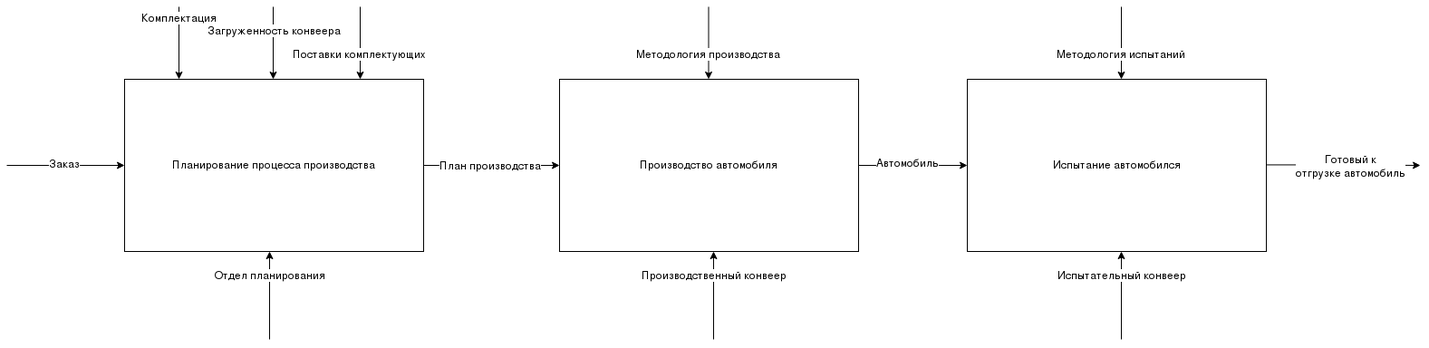
This is diagrams/idef0_1.png from akhoroshev/se-architecture-course, a draw.io export, as it was before one commit. Source tidied: cells renumbered, new cells last; positions are measured from the earlier drawing's top-left corner, leaving out a move shared by most shapes.
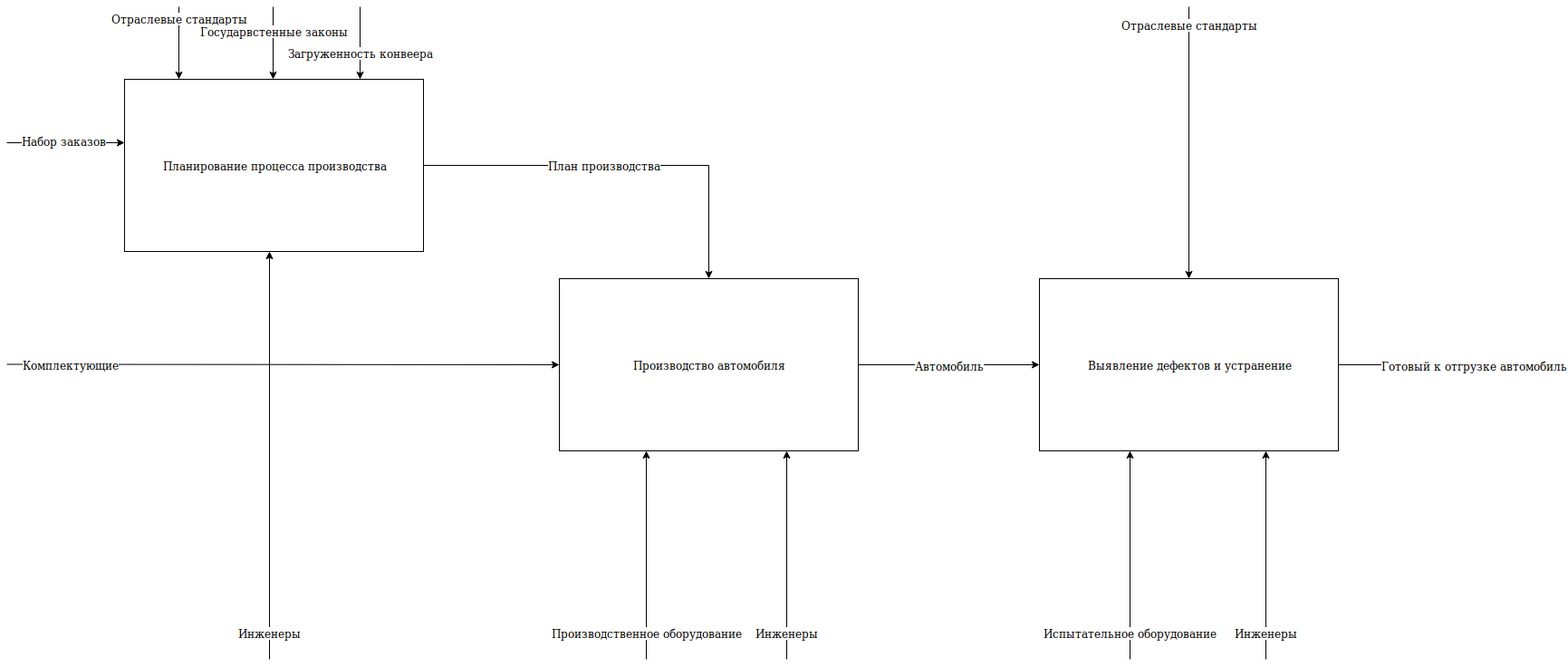
After the change.

Diff of the diagram source:
```diff
@@ -2,9 +2,6 @@
   <root>
     <mxCell id="0" />
     <mxCell id="1" parent="0" />
-    <mxCell id="2" value="Испытание автомобился" style="rounded=0;whiteSpace=wrap;html=1;" parent="1" vertex="1">
-      <mxGeometry x="1060" y="80" width="330" height="190" as="geometry" />
-    </mxCell>
     <mxCell id="3" style="edgeStyle=orthogonalEdgeStyle;rounded=0;jettySize=auto;html=1;" parent="1" edge="1" source="5" target="8">
       <mxGeometry relative="1" as="geometry" />
     </mxCell>
@@ -16,43 +13,35 @@
     <mxCell id="5" value="Планирование процесса производства" style="rounded=0;whiteSpace=wrap;html=1;" parent="1" vertex="1">
       <mxGeometry x="130" y="80" width="330" height="190" as="geometry" />
     </mxCell>
-    <mxCell id="6" style="edgeStyle=orthogonalEdgeStyle;rounded=0;jettySize=auto;html=1;" parent="1" edge="1" source="8" target="2">
-      <mxGeometry relative="1" as="geometry" />
-    </mxCell>
+    <mxCell id="29" style="edgeStyle=orthogonalEdgeStyle;rounded=0;jettySize=auto;html=1;exitX=1;exitY=0.5;exitDx=0;exitDy=0;" parent="1" edge="1" source="8" target="37">
+      <mxGeometry relative="1" as="geometry" />
+    </mxCell>
-    <mxCell id="7" value="Автомобиль" style="text;html=1;align=center;verticalAlign=middle;labelBackgroundColor=#ffffff;" parent="6" vertex="1">
-      <mxGeometry x="-0.35" y="4" relative="1" as="geometry">
-        <mxPoint x="15" as="offset" />
+    <mxCell id="7" value="Автомобиль" style="text;html=1;align=center;verticalAlign=middle;labelBackgroundColor=#ffffff;" parent="29" vertex="1">
+      <mxGeometry x="0.2" y="-1" relative="1" as="geometry">
+        <mxPoint x="-20" y="-1" as="offset" />
       </mxGeometry>
     </mxCell>
     <mxCell id="8" value="Производство автомобиля" style="rounded=0;whiteSpace=wrap;html=1;" parent="1" vertex="1">
-      <mxGeometry x="610" y="80" width="330" height="190" as="geometry" />
+      <mxGeometry x="610" y="300" width="330" height="190" as="geometry" />
     </mxCell>
-    <mxCell id="9" style="edgeStyle=orthogonalEdgeStyle;rounded=0;jettySize=auto;html=1;exitX=1;exitY=0.5;exitDx=0;exitDy=0;" parent="1" edge="1" source="2">
-      <mxGeometry relative="1" as="geometry">
-        <mxPoint x="1560" y="175" as="targetPoint" />
-      </mxGeometry>
-    </mxCell>
-    <mxCell id="10" value="&lt;div&gt;Готовый к &lt;br&gt;&lt;/div&gt;&lt;div&gt;отгрузке автомобиль&lt;/div&gt;" style="text;html=1;align=center;verticalAlign=middle;labelBackgroundColor=#ffffff;" parent="9" vertex="1">
-      <mxGeometry x="-0.18" y="-1" relative="1" as="geometry">
-        <mxPoint x="24" y="-1" as="offset" />
-      </mxGeometry>
-    </mxCell>
     <mxCell id="11" style="endArrow=classic;html=1;entryX=0.182;entryY=1.016;entryDx=0;entryDy=0;entryPerimeter=0;" parent="1" edge="1">
       <mxGeometry relative="1" as="geometry">
-        <mxPoint x="290" y="367" as="sourcePoint" />
+        <mxPoint x="290" y="720" as="sourcePoint" />
         <mxPoint x="290" y="270" as="targetPoint" />
       </mxGeometry>
     </mxCell>
-    <mxCell id="12" value="Отдел планирования" style="text;html=1;align=center;verticalAlign=middle;labelBackgroundColor=#ffffff;" parent="11" vertex="1">
-      <mxGeometry x="0.48" relative="1" as="geometry" />
+    <mxCell id="12" value="Инженеры" style="text;html=1;align=center;verticalAlign=middle;labelBackgroundColor=#ffffff;" parent="11" vertex="1">
+      <mxGeometry x="0.48" relative="1" as="geometry">
+        <mxPoint y="304" as="offset" />
+      </mxGeometry>
     </mxCell>
     <mxCell id="13" style="endArrow=classic;html=1;entryX=0;entryY=0.579;entryDx=0;entryDy=0;entryPerimeter=0;" parent="1" edge="1">
       <mxGeometry relative="1" as="geometry">
-        <mxPoint y="175" as="sourcePoint" />
-        <mxPoint x="130" y="175" as="targetPoint" />
+        <mxPoint y="150" as="sourcePoint" />
+        <mxPoint x="130" y="150" as="targetPoint" />
       </mxGeometry>
     </mxCell>
-    <mxCell id="14" value="Заказ" style="text;html=1;align=center;verticalAlign=middle;labelBackgroundColor=#ffffff;" parent="13" vertex="1">
+    <mxCell id="14" value="Набор заказов" style="text;html=1;align=center;verticalAlign=middle;labelBackgroundColor=#ffffff;" parent="13" vertex="1">
       <mxGeometry x="0.4" y="3" relative="1" as="geometry">
         <mxPoint x="-28" as="offset" />
       </mxGeometry>
@@ -63,7 +52,7 @@
         <mxPoint x="190" y="80" as="targetPoint" />
       </mxGeometry>
     </mxCell>
-    <mxCell id="16" value="Комплектация" style="text;html=1;align=center;verticalAlign=middle;labelBackgroundColor=#ffffff;" parent="15" vertex="1">
+    <mxCell id="16" value="Отраслевые стандарты" style="text;html=1;align=center;verticalAlign=middle;labelBackgroundColor=#ffffff;" parent="15" vertex="1">
       <mxGeometry x="-0.7" relative="1" as="geometry" />
     </mxCell>
     <mxCell id="17" style="endArrow=classic;html=1;" parent="1" edge="1">
@@ -72,53 +61,96 @@
         <mxPoint x="294" y="80" as="targetPoint" />
       </mxGeometry>
     </mxCell>
-    <mxCell id="18" value="Загруженность конвеера" style="text;html=1;align=center;verticalAlign=middle;labelBackgroundColor=#ffffff;" parent="17" vertex="1">
+    <mxCell id="18" value="Государвстенные законы" style="text;html=1;align=center;verticalAlign=middle;labelBackgroundColor=#ffffff;" parent="17" vertex="1">
       <mxGeometry x="-0.35" y="1" relative="1" as="geometry" />
     </mxCell>
-    <mxCell id="19" style="endArrow=classic;html=1;" parent="1" edge="1">
-      <mxGeometry relative="1" as="geometry">
-        <mxPoint x="390" as="sourcePoint" />
-        <mxPoint x="390" y="80" as="targetPoint" />
-      </mxGeometry>
-    </mxCell>
-    <mxCell id="20" value="Поставки комплектующих" style="text;html=1;align=center;verticalAlign=middle;labelBackgroundColor=#ffffff;" parent="19" vertex="1">
-      <mxGeometry x="0.3" y="-1" relative="1" as="geometry" />
-    </mxCell>
     <mxCell id="21" style="endArrow=classic;html=1;entryX=0.182;entryY=1.016;entryDx=0;entryDy=0;entryPerimeter=0;" parent="1" edge="1">
       <mxGeometry relative="1" as="geometry">
-        <mxPoint x="780" y="367" as="sourcePoint" />
-        <mxPoint x="780" y="270" as="targetPoint" />
+        <mxPoint x="706" y="720" as="sourcePoint" />
+        <mxPoint x="706" y="490" as="targetPoint" />
       </mxGeometry>
     </mxCell>
-    <mxCell id="22" value="Производственный конвеер" style="text;html=1;align=center;verticalAlign=middle;labelBackgroundColor=#ffffff;" parent="21" vertex="1">
-      <mxGeometry x="0.48" relative="1" as="geometry" />
+    <mxCell id="22" value="Производственное оборудование" style="text;html=1;align=center;verticalAlign=middle;labelBackgroundColor=#ffffff;" parent="21" vertex="1">
+      <mxGeometry x="0.48" relative="1" as="geometry">
+        <mxPoint y="141" as="offset" />
+      </mxGeometry>
     </mxCell>
-    <mxCell id="23" style="endArrow=classic;html=1;entryX=0.182;entryY=1.016;entryDx=0;entryDy=0;entryPerimeter=0;" parent="1" edge="1">
-      <mxGeometry relative="1" as="geometry">
-        <mxPoint x="1230" y="367" as="sourcePoint" />
-        <mxPoint x="1230" y="270" as="targetPoint" />
-      </mxGeometry>
-    </mxCell>
-    <mxCell id="24" value="Испытательный конвеер" style="text;html=1;align=center;verticalAlign=middle;labelBackgroundColor=#ffffff;" parent="23" vertex="1">
-      <mxGeometry x="0.48" relative="1" as="geometry" />
-    </mxCell>
-    <mxCell id="25" style="endArrow=classic;html=1;" parent="1" edge="1">
-      <mxGeometry relative="1" as="geometry">
-        <mxPoint x="774.5" as="sourcePoint" />
-        <mxPoint x="774.5" y="80" as="targetPoint" />
-      </mxGeometry>
-    </mxCell>
-    <mxCell id="26" value="Методология производства" style="text;html=1;align=center;verticalAlign=middle;labelBackgroundColor=#ffffff;" parent="25" vertex="1">
-      <mxGeometry x="0.3" y="-1" relative="1" as="geometry" />
-    </mxCell>
-    <mxCell id="27" style="endArrow=classic;html=1;" parent="1" edge="1">
-      <mxGeometry relative="1" as="geometry">
-        <mxPoint x="1230" as="sourcePoint" />
-        <mxPoint x="1230" y="80" as="targetPoint" />
-      </mxGeometry>
-    </mxCell>
-    <mxCell id="28" value="Методология испытаний" style="text;html=1;align=center;verticalAlign=middle;labelBackgroundColor=#ffffff;" parent="27" vertex="1">
-      <mxGeometry x="0.3" y="-1" relative="1" as="geometry" />
-    </mxCell>
+    <mxCell id="30" style="endArrow=classic;html=1;" parent="1" edge="1">
+      <mxGeometry relative="1" as="geometry">
+        <mxPoint x="390" as="sourcePoint" />
+        <mxPoint x="390" y="80" as="targetPoint" />
+      </mxGeometry>
+    </mxCell>
+    <mxCell id="31" value="Загруженность конвеера" style="text;html=1;align=center;verticalAlign=middle;labelBackgroundColor=#ffffff;" parent="30" vertex="1">
+      <mxGeometry x="-0.35" y="1" relative="1" as="geometry">
+        <mxPoint x="-1" y="24" as="offset" />
+      </mxGeometry>
+    </mxCell>
+    <mxCell id="32" style="endArrow=classic;html=1;entryX=0;entryY=0.5;entryDx=0;entryDy=0;" parent="1" edge="1" target="8">
+      <mxGeometry relative="1" as="geometry">
+        <mxPoint y="394.5" as="sourcePoint" />
+      </mxGeometry>
+    </mxCell>
+    <mxCell id="33" value="Комплектующие" style="text;html=1;align=center;verticalAlign=middle;labelBackgroundColor=#ffffff;" parent="32" vertex="1">
+      <mxGeometry x="0.4" y="3" relative="1" as="geometry">
+        <mxPoint x="-357" y="3" as="offset" />
+      </mxGeometry>
+    </mxCell>
+    <mxCell id="34" style="endArrow=classic;html=1;entryX=0.182;entryY=1.016;entryDx=0;entryDy=0;entryPerimeter=0;" parent="1" edge="1">
+      <mxGeometry relative="1" as="geometry">
+        <mxPoint x="861" y="720" as="sourcePoint" />
+        <mxPoint x="861" y="490" as="targetPoint" />
+      </mxGeometry>
+    </mxCell>
+    <mxCell id="35" value="Инженеры" style="text;html=1;align=center;verticalAlign=middle;labelBackgroundColor=#ffffff;" parent="34" vertex="1">
+      <mxGeometry x="0.48" relative="1" as="geometry">
+        <mxPoint y="141" as="offset" />
+      </mxGeometry>
+    </mxCell>
+    <mxCell id="36" style="edgeStyle=orthogonalEdgeStyle;rounded=0;jettySize=auto;html=1;" parent="1" edge="1" source="37">
+      <mxGeometry relative="1" as="geometry">
+        <mxPoint x="1630" y="395" as="targetPoint" />
+      </mxGeometry>
+    </mxCell>
+    <mxCell id="10" value="Готовый к отгрузке автомобиль" style="text;html=1;align=center;verticalAlign=middle;labelBackgroundColor=#ffffff;" parent="36" vertex="1">
+      <mxGeometry x="0.26" y="-4" relative="1" as="geometry">
+        <mxPoint x="49" y="-4" as="offset" />
+      </mxGeometry>
+    </mxCell>
+    <mxCell id="37" value="Выявление дефектов и устранение" style="rounded=0;whiteSpace=wrap;html=1;" parent="1" vertex="1">
+      <mxGeometry x="1140" y="300" width="330" height="190" as="geometry" />
+    </mxCell>
+    <mxCell id="38" style="endArrow=classic;html=1;entryX=0.182;entryY=1.016;entryDx=0;entryDy=0;entryPerimeter=0;" parent="1" edge="1">
+      <mxGeometry relative="1" as="geometry">
+        <mxPoint x="1390" y="720" as="sourcePoint" />
+        <mxPoint x="1390" y="490" as="targetPoint" />
+      </mxGeometry>
+    </mxCell>
+    <mxCell id="39" value="Инженеры" style="text;html=1;align=center;verticalAlign=middle;labelBackgroundColor=#ffffff;" parent="38" vertex="1">
+      <mxGeometry x="0.48" relative="1" as="geometry">
+        <mxPoint y="141" as="offset" />
+      </mxGeometry>
+    </mxCell>
+    <mxCell id="40" style="endArrow=classic;html=1;entryX=0.182;entryY=1.016;entryDx=0;entryDy=0;entryPerimeter=0;" parent="1" edge="1">
+      <mxGeometry relative="1" as="geometry">
+        <mxPoint x="1240" y="720" as="sourcePoint" />
+        <mxPoint x="1240" y="490" as="targetPoint" />
+      </mxGeometry>
+    </mxCell>
+    <mxCell id="41" value="Испытательное оборудование" style="text;html=1;align=center;verticalAlign=middle;labelBackgroundColor=#ffffff;" parent="40" vertex="1">
+      <mxGeometry x="0.48" relative="1" as="geometry">
+        <mxPoint y="141" as="offset" />
+      </mxGeometry>
+    </mxCell>
+    <mxCell id="42" style="endArrow=classic;html=1;entryX=0.5;entryY=0;entryDx=0;entryDy=0;" parent="1" edge="1" target="37">
+      <mxGeometry relative="1" as="geometry">
+        <mxPoint x="1305" as="sourcePoint" />
+      </mxGeometry>
+    </mxCell>
+    <mxCell id="43" value="Отраслевые стандарты" style="text;html=1;align=center;verticalAlign=middle;labelBackgroundColor=#ffffff;" parent="42" vertex="1">
+      <mxGeometry x="-0.7" relative="1" as="geometry">
+        <mxPoint y="-25.5" as="offset" />
+      </mxGeometry>
+    </mxCell>
   </root>
 </mxGraphModel>
```
